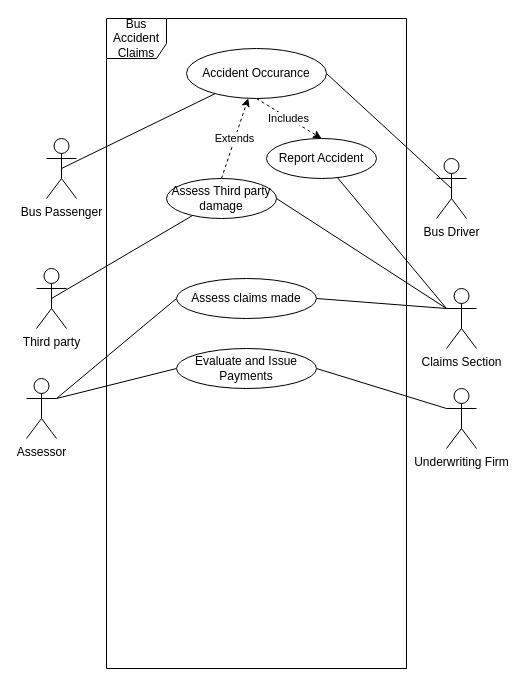
Earlier version of the draw.io diagram week1/Lab 2 2nd Use Case UML.drawio (Darren-ODonnell/BusinessModellingDiagrams). Source tidied: cells renumbered, new cells numbered last; positions are measured from the earlier drawing's top-left corner, leaving out a move shared by most shapes. Both pictures are drawn from the tidied source at 100%, with x=0, y=0 at pixel (26, 18).
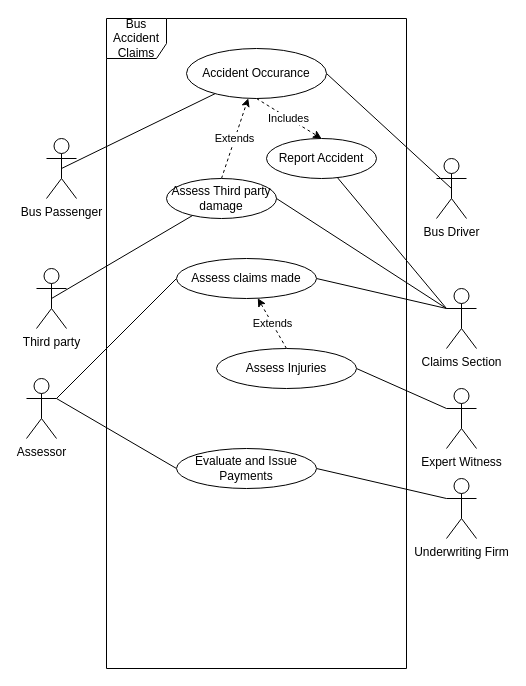
The same page after the edit.

Diff of the diagram source:
```diff
@@
     <mxCell id="15" value="Underwriting Firm" style="shape=umlActor;verticalLabelPosition=bottom;verticalAlign=top;html=1;" parent="1" vertex="1">
-      <mxGeometry x="420" y="370" width="30" height="60" as="geometry" />
+      <mxGeometry x="420" y="460" width="30" height="60" as="geometry" />
     </mxCell>
@@
     <mxCell id="23" value="Assess claims made" style="ellipse;whiteSpace=wrap;html=1;" parent="1" vertex="1">
-      <mxGeometry x="150" y="260" width="140" height="40" as="geometry" />
+      <mxGeometry x="150" y="240" width="140" height="40" as="geometry" />
     </mxCell>
     <mxCell id="24" value="Evaluate and Issue Payments" style="ellipse;whiteSpace=wrap;html=1;" parent="1" vertex="1">
-      <mxGeometry x="150" y="330" width="140" height="40" as="geometry" />
+      <mxGeometry x="150" y="430" width="140" height="40" as="geometry" />
     </mxCell>
+    <mxCell id="25" style="edgeStyle=none;rounded=0;jettySize=auto;html=1;exitX=1;exitY=0.5;exitDx=0;exitDy=0;entryX=0;entryY=0.3333333333333333;entryDx=0;entryDy=0;entryPerimeter=0;endArrow=none;endFill=0;" parent="1" edge="1" source="27" target="28">
+      <mxGeometry relative="1" as="geometry" />
+    </mxCell>
+    <mxCell id="26" value="Extends" style="edgeStyle=none;rounded=0;jettySize=auto;html=1;exitX=0.5;exitY=0;exitDx=0;exitDy=0;endArrow=classic;endFill=1;dashed=1;" parent="1" edge="1" source="27" target="23">
+      <mxGeometry relative="1" as="geometry" />
+    </mxCell>
+    <mxCell id="27" value="Assess Injuries" style="ellipse;whiteSpace=wrap;html=1;" parent="1" vertex="1">
+      <mxGeometry x="190" y="330" width="140" height="40" as="geometry" />
+    </mxCell>
+    <mxCell id="28" value="Expert Witness" style="shape=umlActor;verticalLabelPosition=bottom;verticalAlign=top;html=1;" parent="1" vertex="1">
+      <mxGeometry x="420" y="370" width="30" height="60" as="geometry" />
+    </mxCell>
```
